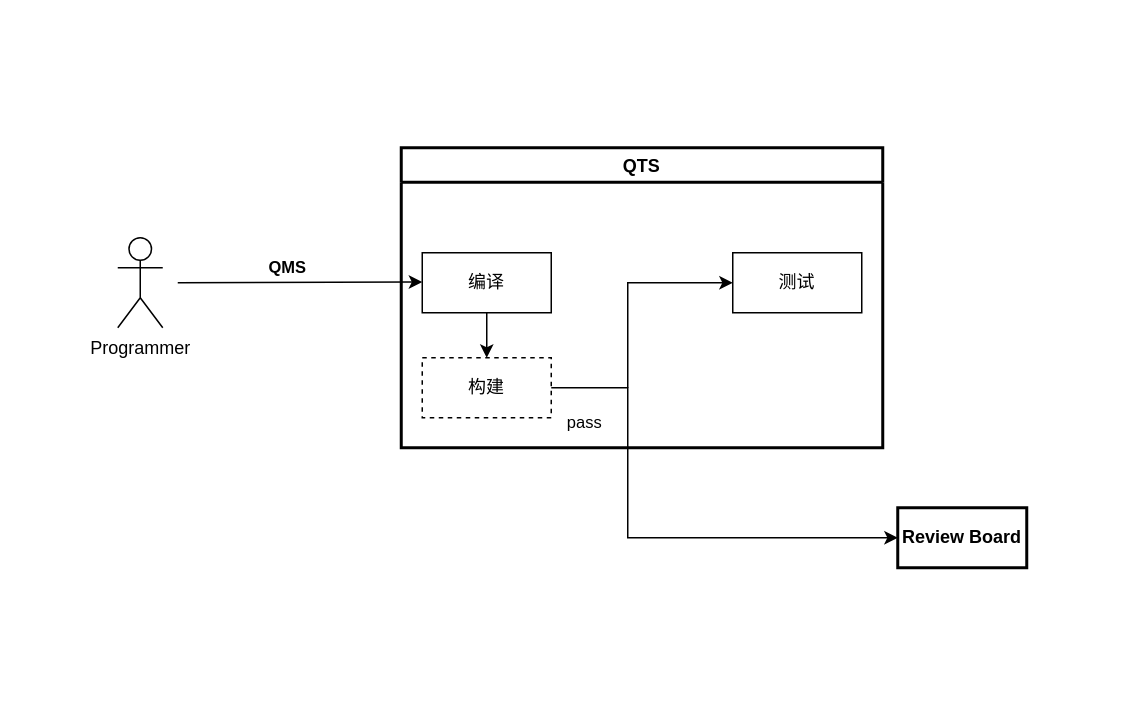
YingSi163/Effy keeps this draw.io diagram as Untitled Diagram.drawio. Above is the earlier version. Source tidied: cells renumbered, new cells numbered last; positions are measured from the earlier drawing's top-left corner, leaving out a move shared by most shapes. Both pictures are drawn from the tidied source at 150%, with x=0, y=0 at pixel (117, 147).
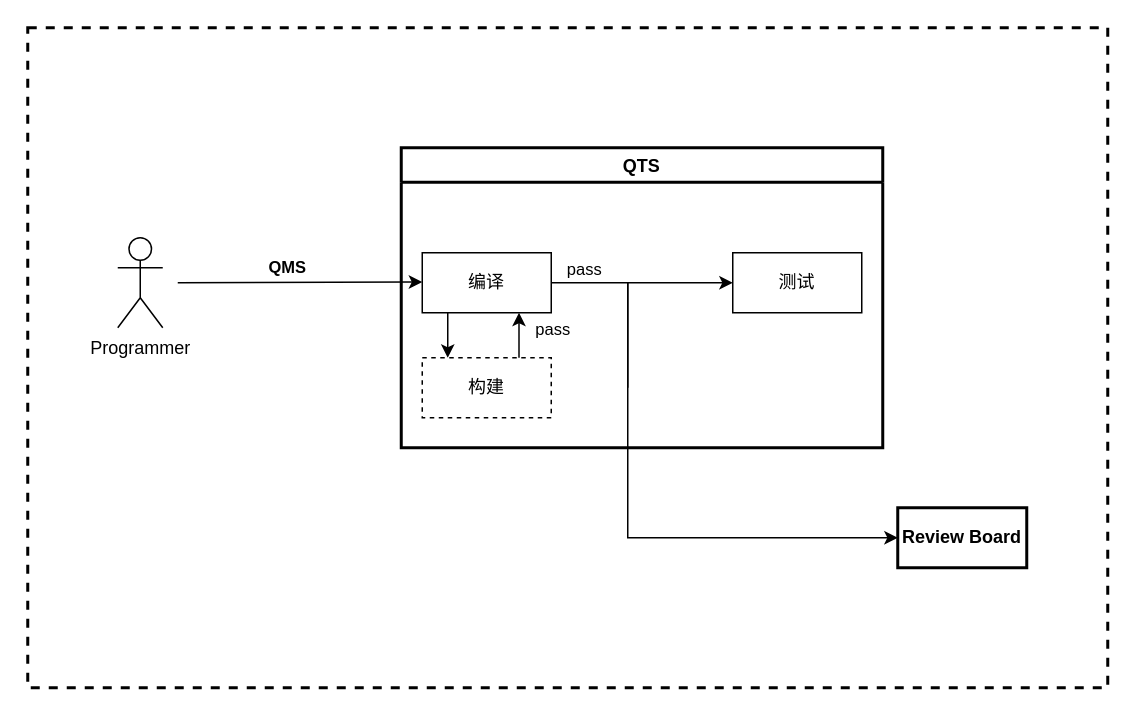
Above is the later version.

The change refers to these unchanged cells:
```xml
<mxCell id="3" value="QTS" style="swimlane;strokeWidth=2;" parent="1" vertex="1">
  <mxGeometry x="189" width="321" height="200" as="geometry" />
</mxCell>
<mxCell id="5" value="编译" style="whiteSpace=wrap;html=1;" parent="3" vertex="1">
  <mxGeometry x="14" y="70" width="86" height="40" as="geometry" />
</mxCell>
<mxCell id="7" value="构建" style="whiteSpace=wrap;html=1;dashed=1;" parent="3" vertex="1">
  <mxGeometry x="14" y="140" width="86" height="40" as="geometry" />
</mxCell>
<mxCell id="11" value="&lt;b&gt;Review Board&lt;/b&gt;" style="whiteSpace=wrap;html=1;strokeWidth=2;" parent="1" vertex="1">
  <mxGeometry x="520" y="240" width="86" height="40" as="geometry" />
</mxCell>
```

Change to the diagram source:
```diff
@@
+    <mxCell id="14" style="rounded=0;whiteSpace=wrap;html=1;dashed=1;strokeWidth=2;" parent="1" vertex="1">
+      <mxGeometry x="-60" y="-80" width="720" height="440" as="geometry" />
+    </mxCell>
@@
     <mxCell id="4" style="edgeStyle=orthogonalEdgeStyle;rounded=0;jettySize=auto;html=1;" parent="3" edge="1" source="5" target="7">
-      <mxGeometry relative="1" as="geometry" />
+      <mxGeometry relative="1" as="geometry">
+        <Array as="points">
+          <mxPoint x="31" y="120" />
+          <mxPoint x="31" y="120" />
+        </Array>
+      </mxGeometry>
     </mxCell>
@@
+    <mxCell id="15" style="endArrow=classic;html=1;rounded=0;exitX=0.75;exitY=0;exitDx=0;exitDy=0;entryX=0.75;entryY=1;entryDx=0;entryDy=0;" parent="3" edge="1" source="7" target="5">
+      <mxGeometry relative="1" as="geometry" />
+    </mxCell>
@@
-    <mxCell id="12" style="endArrow=classic;html=1;rounded=0;entryX=0;entryY=0.5;entryDx=0;entryDy=0;entryPerimeter=0;" parent="1" edge="1" source="7" target="11">
+    <mxCell id="12" style="endArrow=classic;html=1;rounded=0;entryX=0;entryY=0.5;entryDx=0;entryDy=0;entryPerimeter=0;exitX=1;exitY=0.5;exitDx=0;exitDy=0;" parent="1" edge="1" source="5" target="11">
       <mxGeometry relative="1" as="geometry">
         <Array as="points">
-          <mxPoint x="310" y="160" />
+          <mxPoint x="340" y="90" />
           <mxPoint x="340" y="160" />
           <mxPoint x="340" y="260" />
         </Array>
       </mxGeometry>
     </mxCell>
     <mxCell id="13" value="pass" style="edgeLabel;html=1;align=center;verticalAlign=middle;" parent="12" vertex="1">
       <mxGeometry x="-0.42" y="-3" relative="1" as="geometry">
-        <mxPoint x="-27" y="-23" as="offset" />
+        <mxPoint x="-48" y="-35" as="offset" />
       </mxGeometry>
     </mxCell>
+    <mxCell id="16" value="pass" style="edgeLabel;html=1;align=center;verticalAlign=middle;" parent="1" vertex="1">
+      <mxGeometry x="310" y="80" as="geometry" />
+    </mxCell>
```
